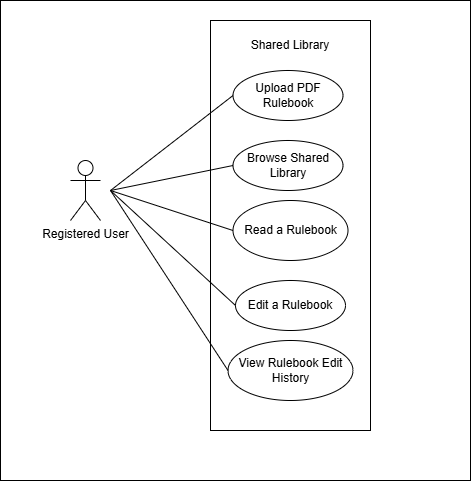
Before: docs/Demo3/diagrams/The_Vault_Use_Case_Diagram.png, a diagram exported from draw.io (COS301-SE-2026/Boardwise). Source tidied: cells renumbered, new cells last; positions are measured from the earlier drawing's top-left corner, leaving out a move shared by most shapes. Its diagram source:
```xml
<mxGraphModel>
  <root>
    <mxCell id="0" />
    <mxCell id="1" parent="0" />
    <mxCell id="2" style="rounded=0;whiteSpace=wrap;html=1;" parent="1" vertex="1">
      <mxGeometry width="470" height="480" as="geometry" />
    </mxCell>
    <mxCell id="3" value="&lt;span style=&quot;background-color: transparent; color: light-dark(rgb(0, 0, 0), rgb(255, 255, 255));&quot;&gt;Registered User&lt;/span&gt;" style="shape=umlActor;verticalLabelPosition=bottom;verticalAlign=top;html=1;" parent="1" vertex="1">
      <mxGeometry x="70" y="160" width="30" height="60" as="geometry" />
    </mxCell>
    <mxCell id="4" style="rounded=0;whiteSpace=wrap;html=1;" parent="1" vertex="1">
      <mxGeometry x="210" y="20" width="160" height="410" as="geometry" />
    </mxCell>
    <mxCell id="5" value="Shared Library" style="text;html=1;whiteSpace=wrap;strokeColor=none;fillColor=none;align=center;verticalAlign=middle;rounded=0;" parent="1" vertex="1">
      <mxGeometry x="240" y="30" width="100" height="30" as="geometry" />
    </mxCell>
    <mxCell id="6" value="Upload PDF Rulebook" style="ellipse;whiteSpace=wrap;html=1;" parent="1" vertex="1">
      <mxGeometry x="232.5" y="70" width="110" height="50" as="geometry" />
    </mxCell>
    <mxCell id="7" value="Browse Shared Library" style="ellipse;whiteSpace=wrap;html=1;" parent="1" vertex="1">
      <mxGeometry x="232.5" y="140" width="110" height="50" as="geometry" />
    </mxCell>
    <mxCell id="8" value="Read a Rulebook" style="ellipse;whiteSpace=wrap;html=1;" parent="1" vertex="1">
      <mxGeometry x="232.5" y="200" width="115" height="60" as="geometry" />
    </mxCell>
    <mxCell id="9" value="Edit a Rulebook" style="ellipse;whiteSpace=wrap;html=1;" parent="1" vertex="1">
      <mxGeometry x="235" y="280" width="110" height="50" as="geometry" />
    </mxCell>
    <mxCell id="10" style="endArrow=none;html=1;rounded=0;entryX=0;entryY=0.5;entryDx=0;entryDy=0;" parent="1" edge="1" target="6">
      <mxGeometry relative="1" as="geometry">
        <mxPoint x="110" y="190" as="sourcePoint" />
      </mxGeometry>
    </mxCell>
    <mxCell id="11" style="endArrow=none;html=1;rounded=0;entryX=0;entryY=0.5;entryDx=0;entryDy=0;" parent="1" edge="1" target="8">
      <mxGeometry relative="1" as="geometry">
        <mxPoint x="110" y="190" as="sourcePoint" />
      </mxGeometry>
    </mxCell>
    <mxCell id="12" style="endArrow=none;html=1;rounded=0;entryX=0;entryY=0.5;entryDx=0;entryDy=0;" parent="1" edge="1" target="7">
      <mxGeometry relative="1" as="geometry">
        <mxPoint x="110" y="190" as="sourcePoint" />
      </mxGeometry>
    </mxCell>
    <mxCell id="13" style="endArrow=none;html=1;rounded=0;entryX=0;entryY=0.5;entryDx=0;entryDy=0;" parent="1" edge="1" target="9">
      <mxGeometry relative="1" as="geometry">
        <mxPoint x="110" y="190" as="sourcePoint" />
      </mxGeometry>
    </mxCell>
    <mxCell id="14" value="View Rulebook Edit History" style="ellipse;whiteSpace=wrap;html=1;" parent="1" vertex="1">
      <mxGeometry x="227.5" y="340" width="125" height="60" as="geometry" />
    </mxCell>
    <mxCell id="15" style="endArrow=none;html=1;rounded=0;entryX=0;entryY=0.5;entryDx=0;entryDy=0;" parent="1" edge="1" target="14">
      <mxGeometry relative="1" as="geometry">
        <mxPoint x="110" y="190" as="sourcePoint" />
      </mxGeometry>
    </mxCell>
  </root>
</mxGraphModel>
```
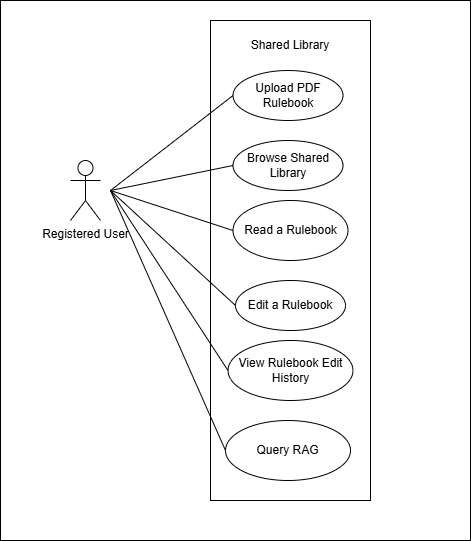
The same file after the commit.

The edit, as a diff of the source:
```diff
@@ -3,13 +3,13 @@
     <mxCell id="0" />
     <mxCell id="1" parent="0" />
     <mxCell id="2" style="rounded=0;whiteSpace=wrap;html=1;" parent="1" vertex="1">
-      <mxGeometry width="470" height="480" as="geometry" />
+      <mxGeometry width="470" height="540" as="geometry" />
     </mxCell>
     <mxCell id="3" value="&lt;span style=&quot;background-color: transparent; color: light-dark(rgb(0, 0, 0), rgb(255, 255, 255));&quot;&gt;Registered User&lt;/span&gt;" style="shape=umlActor;verticalLabelPosition=bottom;verticalAlign=top;html=1;" parent="1" vertex="1">
       <mxGeometry x="70" y="160" width="30" height="60" as="geometry" />
     </mxCell>
     <mxCell id="4" style="rounded=0;whiteSpace=wrap;html=1;" parent="1" vertex="1">
-      <mxGeometry x="210" y="20" width="160" height="410" as="geometry" />
+      <mxGeometry x="210" y="20" width="160" height="480" as="geometry" />
     </mxCell>
     <mxCell id="5" value="Shared Library" style="text;html=1;whiteSpace=wrap;strokeColor=none;fillColor=none;align=center;verticalAlign=middle;rounded=0;" parent="1" vertex="1">
       <mxGeometry x="240" y="30" width="100" height="30" as="geometry" />
@@ -54,5 +54,13 @@
         <mxPoint x="110" y="190" as="sourcePoint" />
       </mxGeometry>
     </mxCell>
+    <mxCell id="16" value="Query RAG" style="ellipse;whiteSpace=wrap;html=1;" parent="1" vertex="1">
+      <mxGeometry x="225" y="420" width="125" height="60" as="geometry" />
+    </mxCell>
+    <mxCell id="17" style="endArrow=none;html=1;rounded=0;entryX=0;entryY=0.5;entryDx=0;entryDy=0;" parent="1" edge="1" target="16">
+      <mxGeometry relative="1" as="geometry">
+        <mxPoint x="110" y="190" as="sourcePoint" />
+      </mxGeometry>
+    </mxCell>
   </root>
 </mxGraphModel>
```
